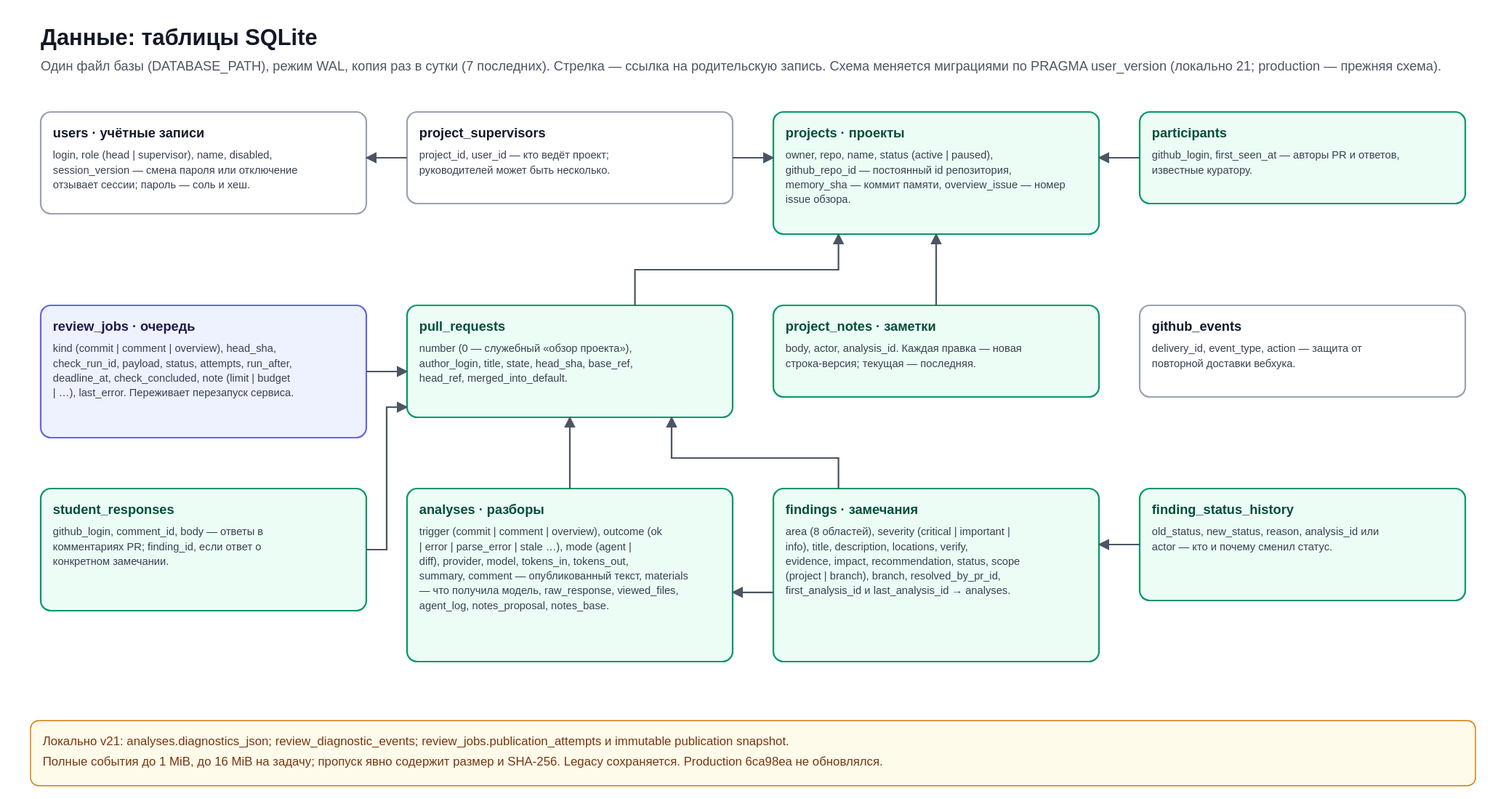
The draw.io diagram docs/документация/схемы/05 данные.drawio.svg in Riddars/ai-mentor, before a commit. Source tidied: cells renumbered, new cells last; positions are measured from the earlier drawing's top-left corner, leaving out a move shared by most shapes.
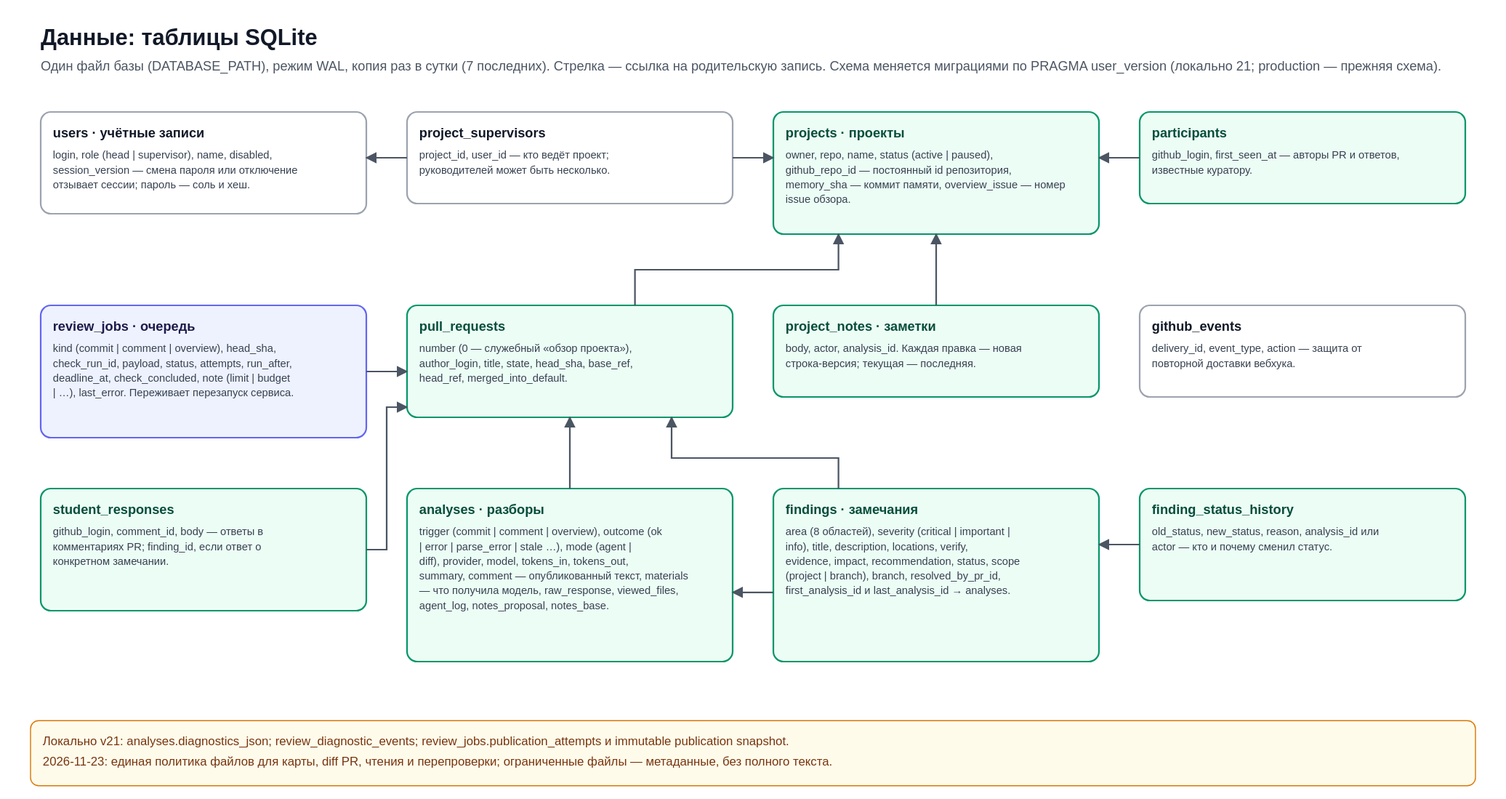
After the change.

What changed in the source:
```diff
@@ -92,7 +92,7 @@
     <mxCell id="26" style="edgeStyle=none;rounded=0;html=1;endArrow=block;endFill=1;strokeColor=#4B5563;strokeWidth=1.6;exitX=0;exitY=0.5;exitPerimeter=0;entryX=1;entryY=0.3235294117647059;entryPerimeter=0;fontFamily=Helvetica;fontSize=11;fontColor=#1F2937;labelBackgroundColor=#FFFFFF;" parent="1" edge="1" source="15" target="14">
       <mxGeometry relative="1" as="geometry" />
     </mxCell>
-    <mxCell id="27" value="Локально v21: analyses.diagnostics_json; review_diagnostic_events; review_jobs.publication_attempts и immutable publication snapshot.&lt;br&gt;Полные события до 1 MiB, до 16 MiB на задачу; пропуск явно содержит размер и SHA-256. Legacy сохраняется. Production 6ca98ea не обновлялся." style="rounded=1;whiteSpace=wrap;html=1;fillColor=#FFFBEB;strokeColor=#D97706;fontFamily=Helvetica;fontSize=12;align=left;spacing=12;" parent="1" vertex="1">
+    <mxCell id="27" value="Локально v21: analyses.diagnostics_json; review_diagnostic_events; review_jobs.publication_attempts и immutable publication snapshot.&lt;br&gt;2026-11-23: единая политика файлов для карты, diff PR, чтения и перепроверки; ограниченные файлы — метаданные, без полного текста." style="rounded=1;whiteSpace=wrap;html=1;fillColor=#FFFBEB;strokeColor=#D97706;fontFamily=Helvetica;fontSize=12;align=left;spacing=12;" parent="1" vertex="1">
       <mxGeometry y="686" width="1420" height="64" as="geometry" />
     </mxCell>
   </root>
```
